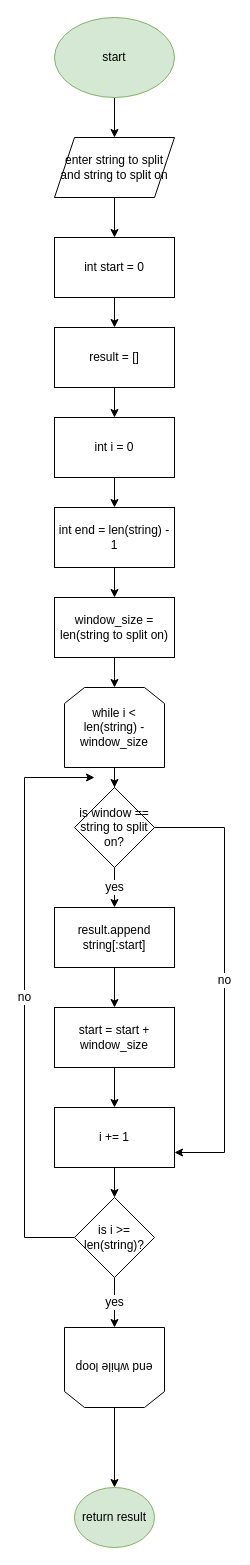
Joel-Vernon-98/Continental_Data keeps this draw.io diagram as page "split_function()" (7 of 7) of Continental_Data_Flowchart.drawio. Above is the earlier version. Source tidied: cells renumbered, new cells numbered last; positions are measured from the earlier drawing's top-left corner, leaving out a move shared by most shapes. Both pictures are drawn from the tidied source at 100%, with x=0, y=0 at pixel (24, 17).
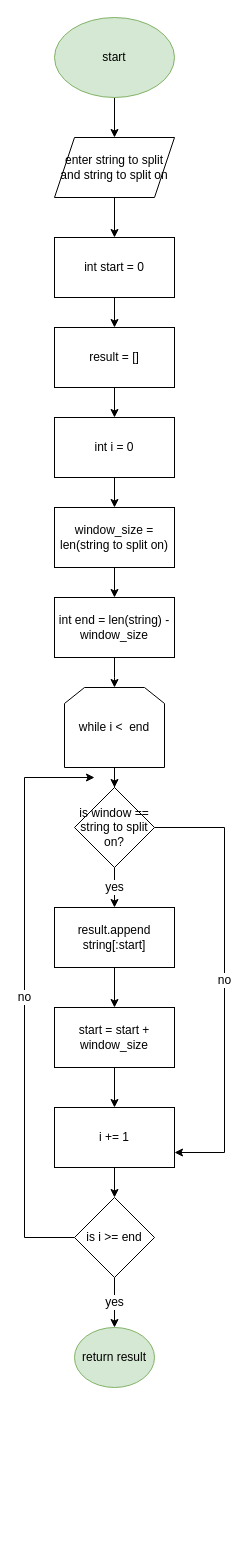
Above is the later version.

Diff of the diagram source:
```diff
@@
-    <mxCell id="11" value="int end = len(string) - 1" style="whiteSpace=wrap;html=1;" parent="1" vertex="1">
+    <mxCell id="11" value="window_size = len(string to split on)" style="whiteSpace=wrap;html=1;" parent="1" vertex="1">
       <mxGeometry x="30" y="490" width="120" height="60" as="geometry" />
     </mxCell>
@@
-    <mxCell id="13" value="window_size = len(string to split on)" style="whiteSpace=wrap;html=1;" parent="1" vertex="1">
+    <mxCell id="13" value="int end = len(string) - window_size" style="whiteSpace=wrap;html=1;" parent="1" vertex="1">
       <mxGeometry x="30" y="580" width="120" height="60" as="geometry" />
     </mxCell>
@@
-    <mxCell id="17" value="while i &amp;lt; len(string) - window_size" style="shape=loopLimit;whiteSpace=wrap;html=1;fontSize=12;" parent="1" vertex="1">
+    <mxCell id="17" value="while i &amp;lt;&amp;nbsp; end" style="shape=loopLimit;whiteSpace=wrap;html=1;fontSize=12;" parent="1" vertex="1">
       <mxGeometry x="40" y="670" width="100" height="80" as="geometry" />
     </mxCell>
@@
-    <mxCell id="28" value="yes" style="edgeStyle=orthogonalEdgeStyle;rounded=0;jettySize=auto;html=1;fontSize=12;" parent="1" edge="1" source="29" target="31">
-      <mxGeometry relative="1" as="geometry" />
+    <mxCell id="28" value="yes" style="edgeStyle=orthogonalEdgeStyle;rounded=0;jettySize=auto;html=1;fontSize=12;" parent="1" edge="1" source="29">
+      <mxGeometry relative="1" as="geometry">
+        <mxPoint x="90" y="1310" as="targetPoint" />
+      </mxGeometry>
     </mxCell>
-    <mxCell id="29" value="is i &amp;gt;= len(string)?" style="rhombus;whiteSpace=wrap;html=1;fontSize=12;" parent="1" vertex="1">
+    <mxCell id="29" value="is i &amp;gt;= end" style="rhombus;whiteSpace=wrap;html=1;fontSize=12;" parent="1" vertex="1">
       <mxGeometry x="50" y="1180" width="80" height="80" as="geometry" />
     </mxCell>
-    <mxCell id="30" style="edgeStyle=orthogonalEdgeStyle;rounded=0;jettySize=auto;html=1;fontSize=12;" parent="1" edge="1" source="31" target="32">
-      <mxGeometry relative="1" as="geometry" />
-    </mxCell>
-    <mxCell id="31" value="end while loop" style="shape=loopLimit;whiteSpace=wrap;html=1;fontSize=12;rotation=-180;" parent="1" vertex="1">
-      <mxGeometry x="40" y="1310" width="100" height="80" as="geometry" />
-    </mxCell>
     <mxCell id="32" value="return result" style="ellipse;whiteSpace=wrap;html=1;fillColor=#d5e8d4;strokeColor=#82b366;" parent="1" vertex="1">
-      <mxGeometry x="50" y="1470" width="80" height="60" as="geometry" />
+      <mxGeometry x="50" y="1310" width="80" height="60" as="geometry" />
     </mxCell>
```
